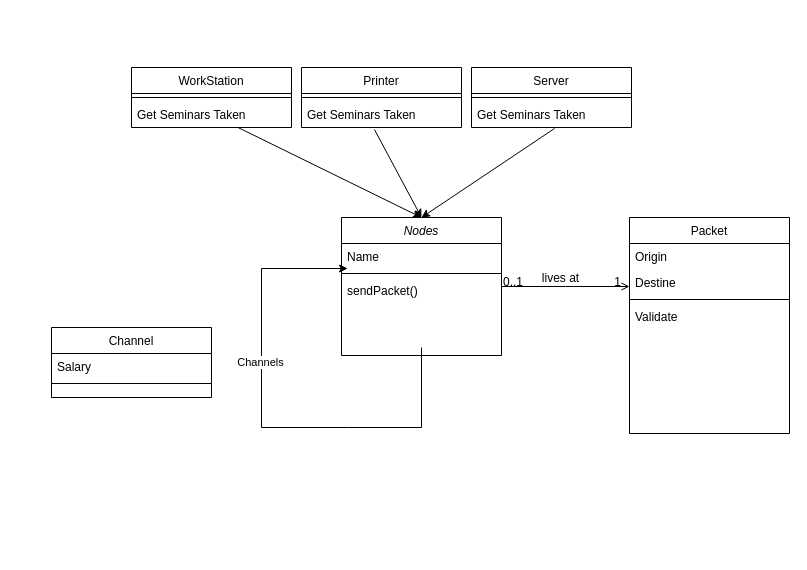
Above: ex4.drawio in lopez-gina/Jenkins1 (draw.io), before the change. Source tidied: cells renumbered, new cells numbered last; positions are measured from the earlier drawing's top-left corner, leaving out a move shared by most shapes. Both pictures are drawn from the tidied source at 100%, with x=0, y=0 at pixel (51, 67).
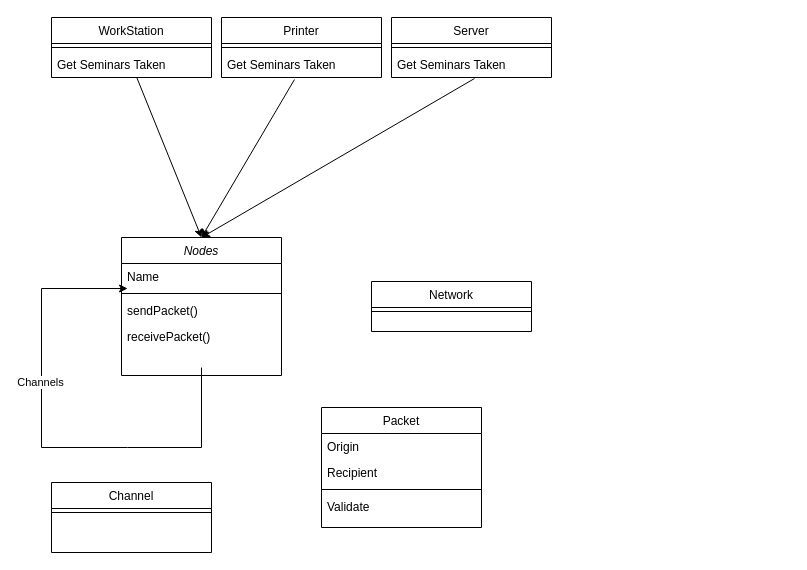
The same page after the edit.

Unchanged cells that the change refers to:
```xml
<mxCell id="25" value="Get Seminars Taken" style="text;align=left;verticalAlign=top;spacingLeft=4;spacingRight=4;overflow=hidden;points=[[0,0.5],[1,0.5]];portConstraint=eastwest;" parent="23" vertex="1">
  <mxGeometry y="34" width="160" height="26" as="geometry" />
</mxCell>
```

What changed in the source:
```diff
@@
     <mxCell id="2" value="Nodes" style="swimlane;fontStyle=2;align=center;verticalAlign=top;horizontal=1;startSize=26;rounded=0;shadow=0;strokeWidth=1;" parent="1" vertex="1">
-      <mxGeometry x="290" y="150" width="160" height="138" as="geometry" />
+      <mxGeometry x="70" y="170" width="160" height="138" as="geometry" />
     </mxCell>
@@
+    <mxCell id="32" value="receivePacket()" style="text;align=left;verticalAlign=top;spacingLeft=4;spacingRight=4;overflow=hidden;" parent="2" vertex="1">
+      <mxGeometry y="86" width="160" height="26" as="geometry" />
+    </mxCell>
     <mxCell id="8" value="WorkStation" style="swimlane;fontStyle=0;align=center;verticalAlign=top;horizontal=1;startSize=26;rounded=0;shadow=0;strokeWidth=1;" parent="1" vertex="1">
-      <mxGeometry x="80" width="160" height="60" as="geometry" />
+      <mxGeometry y="-50" width="160" height="60" as="geometry" />
     </mxCell>
@@
     <mxCell id="11" value="Channel" style="swimlane;fontStyle=0;align=center;verticalAlign=top;horizontal=1;startSize=26;rounded=0;shadow=0;strokeWidth=1;" parent="1" vertex="1">
-      <mxGeometry y="260" width="160" height="70" as="geometry" />
+      <mxGeometry y="415" width="160" height="70" as="geometry" />
     </mxCell>
-    <mxCell id="12" value="Salary" style="text;align=left;verticalAlign=top;spacingLeft=4;spacingRight=4;overflow=hidden;" parent="11" vertex="1">
-      <mxGeometry y="26" width="160" height="26" as="geometry" />
-    </mxCell>
     <mxCell id="13" style="line;html=1;strokeWidth=1;align=left;verticalAlign=middle;spacingTop=-1;spacingLeft=3;spacingRight=3;labelPosition=right;" parent="11" vertex="1">
-      <mxGeometry y="52" width="160" height="8" as="geometry" />
+      <mxGeometry y="26" width="160" height="8" as="geometry" />
     </mxCell>
     <mxCell id="14" value="Packet" style="swimlane;fontStyle=0;align=center;verticalAlign=top;horizontal=1;startSize=26;rounded=0;shadow=0;strokeWidth=1;" parent="1" vertex="1">
-      <mxGeometry x="578" y="150" width="160" height="216" as="geometry" />
+      <mxGeometry x="270" y="340" width="160" height="120" as="geometry" />
     </mxCell>
@@
-    <mxCell id="16" value="Destine" style="text;align=left;verticalAlign=top;spacingLeft=4;spacingRight=4;overflow=hidden;rounded=0;shadow=0;html=0;" parent="14" vertex="1">
+    <mxCell id="16" value="Recipient" style="text;align=left;verticalAlign=top;spacingLeft=4;spacingRight=4;overflow=hidden;rounded=0;shadow=0;html=0;" parent="14" vertex="1">
       <mxGeometry y="52" width="160" height="26" as="geometry" />
     </mxCell>
@@
-    <mxCell id="19" style="endArrow=open;shadow=0;strokeWidth=1;rounded=0;endFill=1;edgeStyle=elbowEdgeStyle;elbow=vertical;" parent="1" edge="1" source="2" target="14">
-      <mxGeometry x="0.5" y="41" relative="1" as="geometry">
-        <mxPoint x="-40" y="32" as="offset" />
-      </mxGeometry>
-    </mxCell>
-    <mxCell id="20" value="0..1" style="align=left;verticalAlign=bottom;labelBackgroundColor=none;fontSize=12;" parent="19" vertex="1">
-      <mxGeometry x="-1" relative="1" as="geometry">
-        <mxPoint y="4" as="offset" />
-      </mxGeometry>
-    </mxCell>
-    <mxCell id="21" value="1" style="align=right;verticalAlign=bottom;labelBackgroundColor=none;fontSize=12;" parent="19" vertex="1">
-      <mxGeometry x="1" relative="1" as="geometry">
-        <mxPoint x="-7" y="4" as="offset" />
-      </mxGeometry>
-    </mxCell>
-    <mxCell id="22" value="lives at" style="text;html=1;align=center;verticalAlign=middle;labelBackgroundColor=none;rounded=0;shadow=0;strokeWidth=1;fontSize=12;" parent="19" vertex="1">
-      <mxGeometry x="0.5" y="49" relative="1" as="geometry">
-        <mxPoint x="-38" y="40" as="offset" />
-      </mxGeometry>
-    </mxCell>
     <mxCell id="23" value="Printer" style="swimlane;fontStyle=0;align=center;verticalAlign=top;horizontal=1;startSize=26;rounded=0;shadow=0;strokeWidth=1;" parent="1" vertex="1">
-      <mxGeometry x="250" width="160" height="60" as="geometry" />
+      <mxGeometry x="170" y="-50" width="160" height="60" as="geometry" />
     </mxCell>
@@
     <mxCell id="26" value="Server" style="swimlane;fontStyle=0;align=center;verticalAlign=top;horizontal=1;startSize=26;rounded=0;shadow=0;strokeWidth=1;" parent="1" vertex="1">
-      <mxGeometry x="420" width="160" height="60" as="geometry" />
+      <mxGeometry x="340" y="-50" width="160" height="60" as="geometry" />
     </mxCell>
@@
-    <mxCell id="30" style="endArrow=classic;html=1;rounded=0;exitX=0.456;exitY=1.077;exitDx=0;exitDy=0;exitPerimeter=0;" parent="1" edge="1" source="25">
-      <mxGeometry relative="1" as="geometry">
-        <mxPoint x="370" y="150" as="targetPoint" />
-      </mxGeometry>
+    <mxCell id="30" style="endArrow=classic;html=1;rounded=0;exitX=0.456;exitY=1.077;exitDx=0;exitDy=0;exitPerimeter=0;entryX=0.5;entryY=0;entryDx=0;entryDy=0;" parent="1" edge="1" source="25" target="2">
+      <mxGeometry relative="1" as="geometry" />
     </mxCell>
@@
+    <mxCell id="33" value="Network" style="swimlane;fontStyle=0;align=center;verticalAlign=top;horizontal=1;startSize=26;rounded=0;shadow=0;strokeWidth=1;" parent="1" vertex="1">
+      <mxGeometry x="320" y="214" width="160" height="50" as="geometry" />
+    </mxCell>
+    <mxCell id="34" style="line;html=1;strokeWidth=1;align=left;verticalAlign=middle;spacingTop=-1;spacingLeft=3;spacingRight=3;labelPosition=right;" parent="33" vertex="1">
+      <mxGeometry y="26" width="160" height="8" as="geometry" />
+    </mxCell>
```
